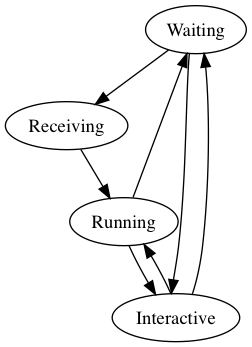
0x0c/AmbientPixel keeps this Graphviz diagram as Asset/Image/state.png. Above is the earlier version. Its source is kept beside it as Asset/Image/state.dot. Source of this version:
```dot
digraph {
	Waiting -> Receiving
	Running -> Waiting
	Receiving -> Running
	Waiting -> Interactive
	Interactive -> Waiting
	Running -> Interactive
	Interactive -> Running
}
```
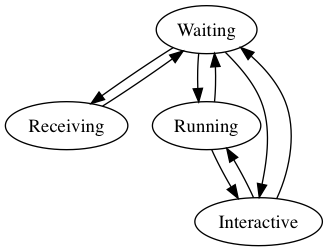
The same file after the commit.

Change to the diagram source:
```diff
@@ -1,7 +1,8 @@
 digraph {
 	Waiting -> Receiving
+	Waiting -> Running
 	Running -> Waiting
-	Receiving -> Running
+	Receiving -> Waiting
 	Waiting -> Interactive
 	Interactive -> Waiting
 	Running -> Interactive
```
